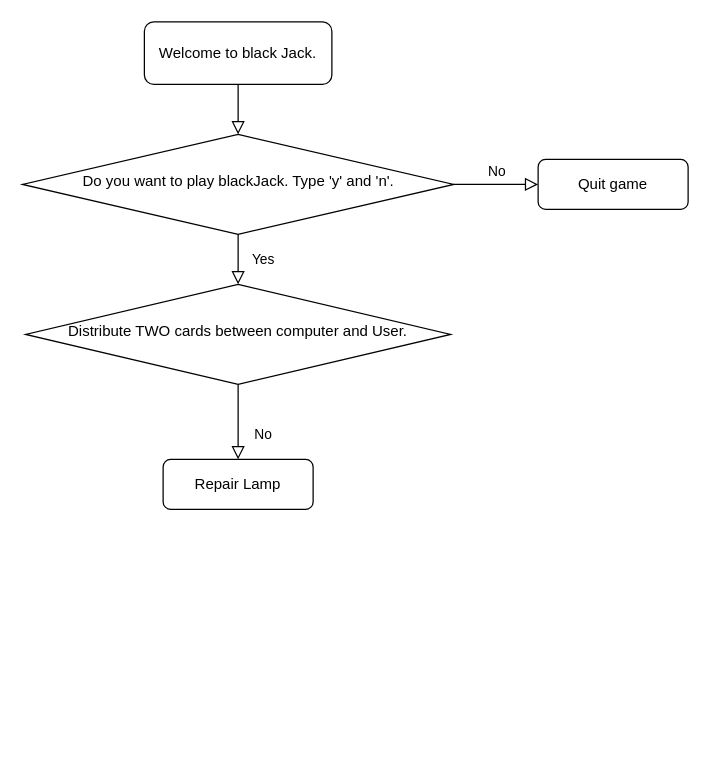
Above: blackjack.drawio in sree7k7/drawings (draw.io), before the change. Source tidied: cells renumbered, new cells numbered last; positions are measured from the earlier drawing's top-left corner, leaving out a move shared by most shapes. Both pictures are drawn from the tidied source at 125%, with x=0, y=0 at pixel (22, 21).
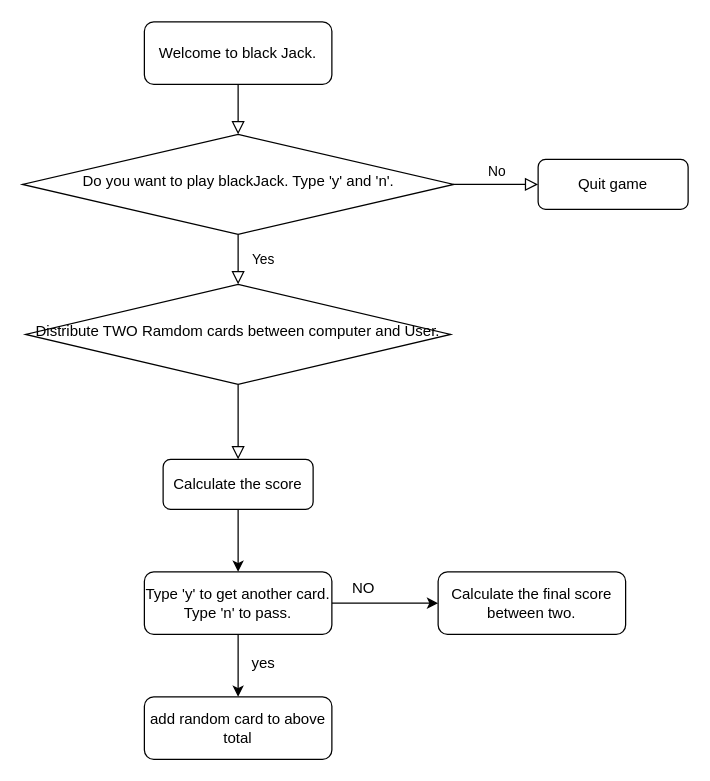
After the change.

Diff of the diagram source:
```diff
@@
-    <mxCell id="8" value="No" style="rounded=0;html=1;jettySize=auto;fontSize=11;endArrow=block;endFill=0;endSize=8;strokeWidth=1;shadow=0;labelBackgroundColor=none;edgeStyle=orthogonalEdgeStyle;" parent="1" edge="1" source="9" target="10">
+    <mxCell id="8" style="rounded=0;html=1;jettySize=auto;fontSize=11;endArrow=block;endFill=0;endSize=8;strokeWidth=1;shadow=0;labelBackgroundColor=none;edgeStyle=orthogonalEdgeStyle;" parent="1" edge="1" source="9" target="10">
       <mxGeometry x="0.33" y="20" relative="1" as="geometry" />
     </mxCell>
-    <mxCell id="9" value="Distribute TWO cards between computer and User." style="rhombus;whiteSpace=wrap;html=1;shadow=0;fontFamily=Helvetica;fontSize=12;align=center;strokeWidth=1;spacing=6;spacingTop=-4;" parent="1" vertex="1">
+    <mxCell id="9" value="Distribute TWO Ramdom cards between computer and User." style="rhombus;whiteSpace=wrap;html=1;shadow=0;fontFamily=Helvetica;fontSize=12;align=center;strokeWidth=1;spacing=6;spacingTop=-4;" parent="1" vertex="1">
       <mxGeometry x="2" y="210" width="340" height="80" as="geometry" />
     </mxCell>
+    <mxCell id="11" style="edgeStyle=orthogonalEdgeStyle;rounded=0;jettySize=auto;html=1;" parent="1" edge="1" source="10">
+      <mxGeometry relative="1" as="geometry">
+        <mxPoint x="172" y="440" as="targetPoint" />
+      </mxGeometry>
+    </mxCell>
-    <mxCell id="10" value="Repair Lamp" style="rounded=1;whiteSpace=wrap;html=1;fontSize=12;glass=0;strokeWidth=1;shadow=0;" parent="1" vertex="1">
+    <mxCell id="10" value="Calculate the score" style="rounded=1;whiteSpace=wrap;html=1;fontSize=12;glass=0;strokeWidth=1;shadow=0;" parent="1" vertex="1">
       <mxGeometry x="112" y="350" width="120" height="40" as="geometry" />
     </mxCell>
+    <mxCell id="12" style="edgeStyle=orthogonalEdgeStyle;rounded=0;jettySize=auto;html=1;exitX=1;exitY=0.5;exitDx=0;exitDy=0;" parent="1" edge="1" source="14">
+      <mxGeometry relative="1" as="geometry">
+        <mxPoint x="332" y="465" as="targetPoint" />
+      </mxGeometry>
+    </mxCell>
+    <mxCell id="13" style="edgeStyle=orthogonalEdgeStyle;rounded=0;jettySize=auto;html=1;" parent="1" edge="1" source="14">
+      <mxGeometry relative="1" as="geometry">
+        <mxPoint x="172" y="540" as="targetPoint" />
+      </mxGeometry>
+    </mxCell>
+    <mxCell id="14" value="Type 'y' to get another card. Type 'n' to pass." style="rounded=1;whiteSpace=wrap;html=1;fontSize=12;glass=0;strokeWidth=1;shadow=0;" parent="1" vertex="1">
+      <mxGeometry x="97" y="440" width="150" height="50" as="geometry" />
+    </mxCell>
+    <mxCell id="15" value="Calculate the final score between two." style="rounded=1;whiteSpace=wrap;html=1;fontSize=12;glass=0;strokeWidth=1;shadow=0;" parent="1" vertex="1">
+      <mxGeometry x="332" y="440" width="150" height="50" as="geometry" />
+    </mxCell>
+    <mxCell id="16" value="NO" style="text;html=1;align=center;verticalAlign=middle;strokeColor=none;fillColor=none;" parent="1" vertex="1">
+      <mxGeometry x="252" y="438" width="40" height="30" as="geometry" />
+    </mxCell>
+    <mxCell id="17" value="yes" style="text;html=1;align=center;verticalAlign=middle;strokeColor=none;fillColor=none;" parent="1" vertex="1">
+      <mxGeometry x="172" y="498" width="40" height="30" as="geometry" />
+    </mxCell>
+    <mxCell id="18" value="add random card to above total" style="rounded=1;whiteSpace=wrap;html=1;fontSize=12;glass=0;strokeWidth=1;shadow=0;" parent="1" vertex="1">
+      <mxGeometry x="97" y="540" width="150" height="50" as="geometry" />
+    </mxCell>
```
